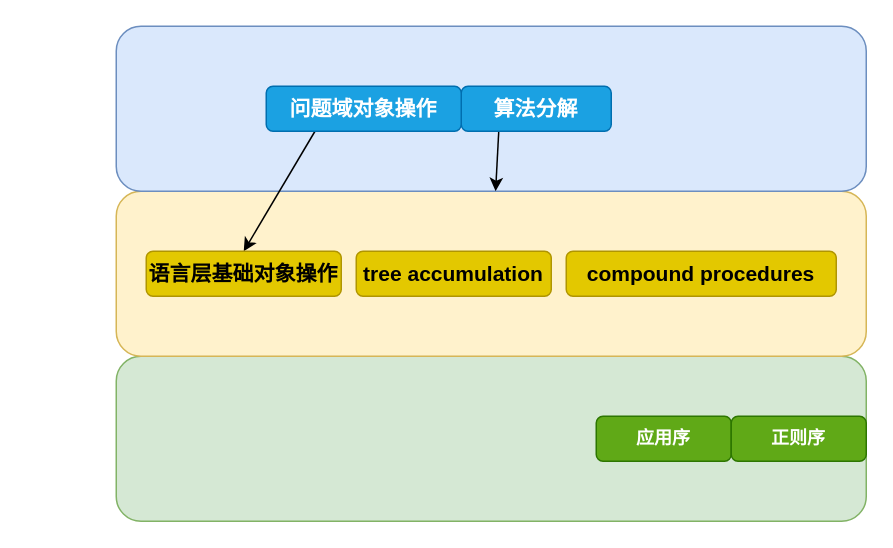
Before: temp/syntex.drawio in buyouS/draw, a draw.io diagram. Source tidied: cells renumbered, new cells numbered last; positions are measured from the earlier drawing's top-left corner, leaving out a move shared by most shapes. Both pictures are drawn from the tidied source at 150%, with x=0, y=0 at pixel (116, 26).
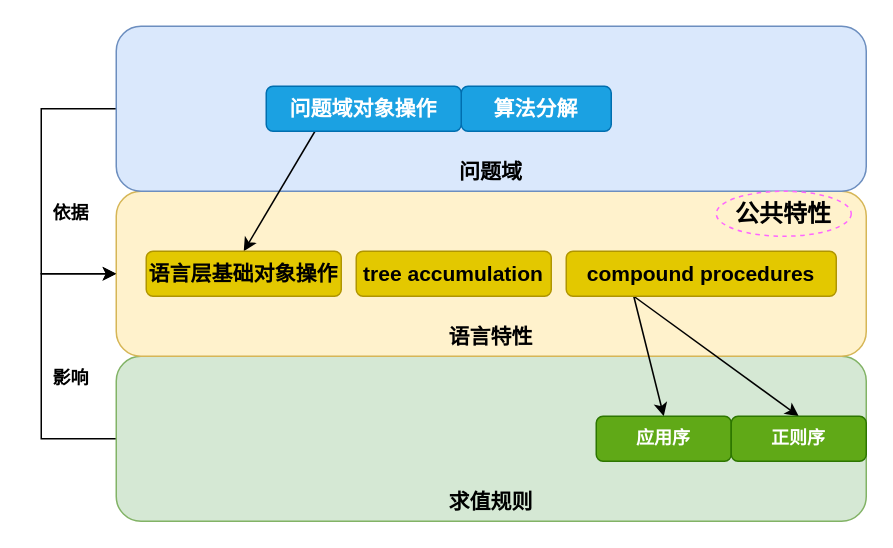
The same diagram, later.

The change refers to these unchanged cells:
```xml
<mxCell id="6" value="&lt;b&gt;&lt;font style=&quot;font-size: 14px&quot;&gt;算法分解&lt;/font&gt;&lt;/b&gt;" style="rounded=1;whiteSpace=wrap;html=1;fillColor=#1ba1e2;fontColor=#ffffff;strokeColor=#006EAF;" parent="1" vertex="1">
  <mxGeometry x="230" y="40" width="100" height="30" as="geometry" />
</mxCell>
<mxCell id="11" value="&lt;span style=&quot;font-size: 14px&quot;&gt;&lt;b&gt;compound procedures&lt;/b&gt;&lt;/span&gt;" style="rounded=1;whiteSpace=wrap;html=1;fillColor=#e3c800;fontColor=#000000;strokeColor=#B09500;" parent="1" vertex="1">
  <mxGeometry x="300" y="150" width="180" height="30" as="geometry" />
</mxCell>
<mxCell id="12" value="&lt;b&gt;应用序&lt;/b&gt;" style="rounded=1;whiteSpace=wrap;html=1;fillColor=#60a917;fontColor=#ffffff;strokeColor=#2D7600;" parent="1" vertex="1">
  <mxGeometry x="320" y="260" width="90" height="30" as="geometry" />
</mxCell>
<mxCell id="13" value="&lt;b&gt;正则序&lt;/b&gt;" style="rounded=1;whiteSpace=wrap;html=1;fillColor=#60a917;fontColor=#ffffff;strokeColor=#2D7600;" parent="1" vertex="1">
  <mxGeometry x="410" y="260" width="90" height="30" as="geometry" />
</mxCell>
```

Change to the diagram source:
```diff
@@
+    <mxCell id="15" style="edgeStyle=orthogonalEdgeStyle;rounded=0;jettySize=auto;html=1;exitX=0;exitY=0.5;exitDx=0;exitDy=0;entryX=0;entryY=0.5;entryDx=0;entryDy=0;" parent="1" edge="1" source="2" target="3">
+      <mxGeometry relative="1" as="geometry">
+        <Array as="points">
+          <mxPoint x="-50" y="275" />
+          <mxPoint x="-50" y="165" />
+        </Array>
+      </mxGeometry>
+    </mxCell>
-    <mxCell id="2" style="rounded=1;whiteSpace=wrap;html=1;fontSize=14;fillColor=#d5e8d4;strokeColor=#82b366;" parent="1" vertex="1">
+    <mxCell id="2" value="&lt;b&gt;&lt;br&gt;&lt;br&gt;&lt;br&gt;&lt;br&gt;&lt;br&gt;求值规则&lt;/b&gt;" style="rounded=1;whiteSpace=wrap;html=1;fontSize=14;fillColor=#d5e8d4;strokeColor=#82b366;" parent="1" vertex="1">
       <mxGeometry y="220" width="500" height="110" as="geometry" />
     </mxCell>
-    <mxCell id="3" style="rounded=1;whiteSpace=wrap;html=1;fontSize=14;fillColor=#fff2cc;strokeColor=#d6b656;" parent="1" vertex="1">
+    <mxCell id="3" value="&lt;br&gt;&lt;br&gt;&lt;br&gt;&lt;br&gt;&lt;br&gt;&lt;b&gt;语言特性&lt;/b&gt;" style="rounded=1;whiteSpace=wrap;html=1;fontSize=14;fillColor=#fff2cc;strokeColor=#d6b656;" parent="1" vertex="1">
       <mxGeometry y="110" width="500" height="110" as="geometry" />
     </mxCell>
+    <mxCell id="16" style="edgeStyle=orthogonalEdgeStyle;rounded=0;jettySize=auto;html=1;exitX=0;exitY=0.5;exitDx=0;exitDy=0;entryX=0;entryY=0.5;entryDx=0;entryDy=0;" parent="1" edge="1" source="4" target="3">
+      <mxGeometry relative="1" as="geometry">
+        <Array as="points">
+          <mxPoint x="-50" y="55" />
+          <mxPoint x="-50" y="165" />
+        </Array>
+      </mxGeometry>
+    </mxCell>
-    <mxCell id="4" style="rounded=1;whiteSpace=wrap;html=1;fontSize=14;fillColor=#dae8fc;strokeColor=#6c8ebf;" parent="1" vertex="1">
+    <mxCell id="4" value="&lt;br&gt;&lt;br&gt;&lt;br&gt;&lt;br&gt;&lt;br&gt;&lt;b&gt;问题域&lt;/b&gt;" style="rounded=1;whiteSpace=wrap;html=1;fontSize=14;fillColor=#dae8fc;strokeColor=#6c8ebf;" parent="1" vertex="1">
       <mxGeometry width="500" height="110" as="geometry" />
     </mxCell>
-    <mxCell id="5" style="edgeStyle=none;rounded=0;jettySize=auto;html=1;exitX=0.25;exitY=1;exitDx=0;exitDy=0;fontSize=14;" parent="1" edge="1" source="6" target="3">
-      <mxGeometry relative="1" as="geometry" />
-    </mxCell>
@@
+    <mxCell id="17" style="edgeStyle=none;rounded=0;jettySize=auto;html=1;exitX=0.25;exitY=1;exitDx=0;exitDy=0;entryX=0.5;entryY=0;entryDx=0;entryDy=0;" parent="1" edge="1" source="11" target="12">
+      <mxGeometry relative="1" as="geometry" />
+    </mxCell>
+    <mxCell id="18" style="edgeStyle=none;rounded=0;jettySize=auto;html=1;exitX=0.25;exitY=1;exitDx=0;exitDy=0;entryX=0.5;entryY=0;entryDx=0;entryDy=0;" parent="1" edge="1" source="11" target="13">
+      <mxGeometry relative="1" as="geometry" />
+    </mxCell>
@@
+    <mxCell id="19" value="&lt;b&gt;影响&lt;/b&gt;" style="text;html=1;strokeColor=none;fillColor=none;align=center;verticalAlign=middle;whiteSpace=wrap;rounded=0;" parent="1" vertex="1">
+      <mxGeometry x="-60" y="220" width="60" height="30" as="geometry" />
+    </mxCell>
+    <mxCell id="20" value="&lt;b&gt;依据&lt;/b&gt;" style="text;html=1;strokeColor=none;fillColor=none;align=center;verticalAlign=middle;whiteSpace=wrap;rounded=0;" parent="1" vertex="1">
+      <mxGeometry x="-60" y="110" width="60" height="30" as="geometry" />
+    </mxCell>
+    <mxCell id="21" value="&lt;b&gt;公共特性&lt;/b&gt;" style="ellipse;whiteSpace=wrap;html=1;align=center;dashed=1;fontSize=16;fillColor=#fff2cc;strokeColor=#FF66FF;" parent="1" vertex="1">
+      <mxGeometry x="400" y="110" width="90" height="30" as="geometry" />
+    </mxCell>
```
